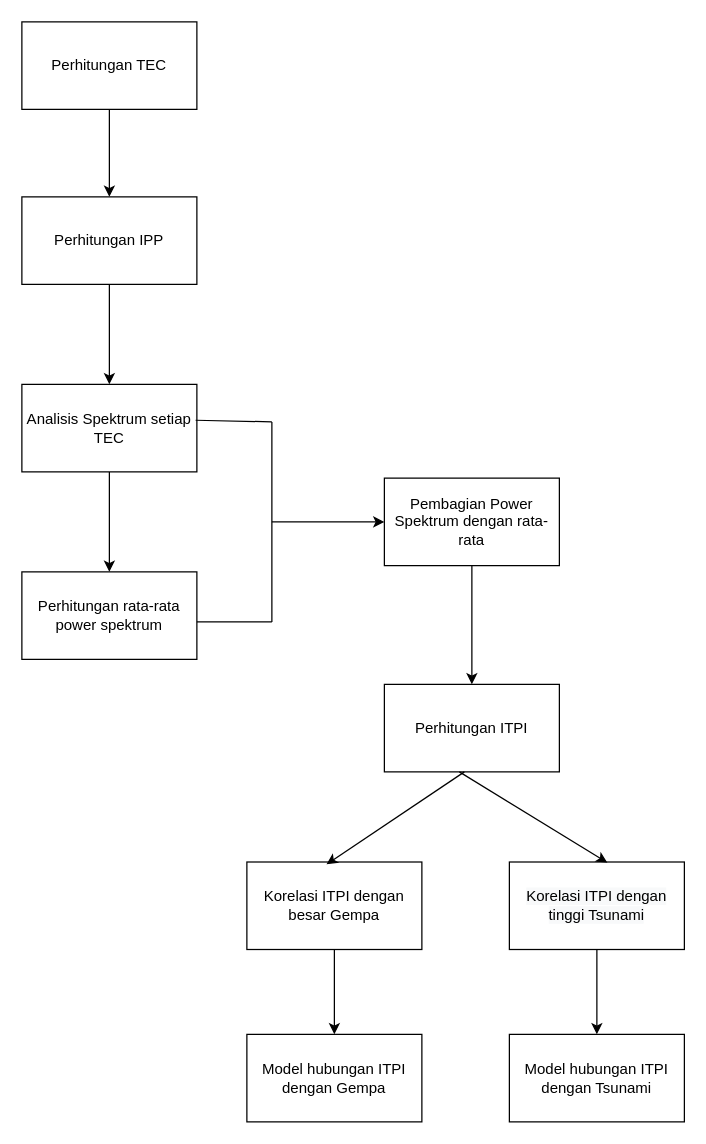
CharismaJuniK/MyFirstGit keeps this draw.io diagram as page "lapan" (2 of 2) of Untitled Diagram.drawio. Above is the earlier version. Source tidied: cells renumbered, new cells numbered last; positions are measured from the earlier drawing's top-left corner, leaving out a move shared by most shapes. Both pictures are drawn from the tidied source at 125%, with x=0, y=0 at pixel (21, 21).
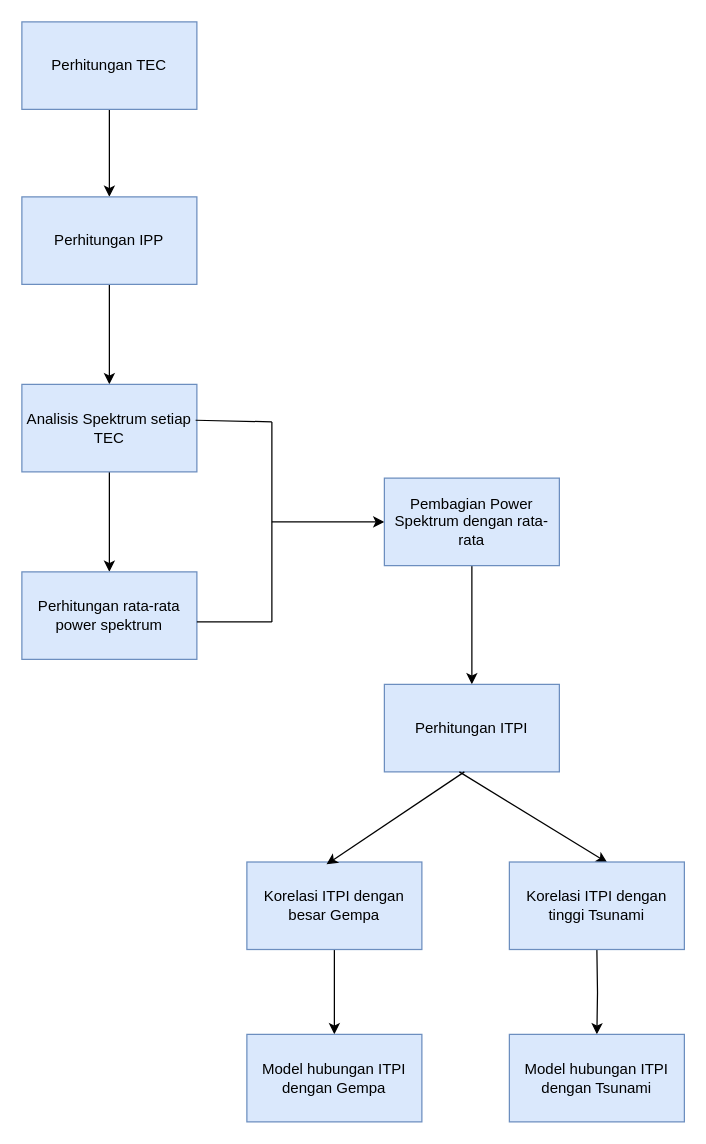
The same diagram, later.

Change to the diagram source:
```diff
@@
-    <mxCell id="3" value="Perhitungan TEC" style="rounded=0;whiteSpace=wrap;html=1;" parent="1" vertex="1">
+    <mxCell id="3" value="Perhitungan TEC" style="rounded=0;whiteSpace=wrap;html=1;fillColor=#dae8fc;strokeColor=#6c8ebf;" parent="1" vertex="1">
       <mxGeometry width="140" height="70" as="geometry" />
     </mxCell>
@@
-    <mxCell id="5" value="Perhitungan IPP" style="rounded=0;whiteSpace=wrap;html=1;" parent="1" vertex="1">
+    <mxCell id="5" value="Perhitungan IPP" style="rounded=0;whiteSpace=wrap;html=1;fillColor=#dae8fc;strokeColor=#6c8ebf;" parent="1" vertex="1">
       <mxGeometry y="140" width="140" height="70" as="geometry" />
     </mxCell>
@@
-    <mxCell id="7" value="Analisis Spektrum setiap TEC" style="rounded=0;whiteSpace=wrap;html=1;" parent="1" vertex="1">
+    <mxCell id="7" value="Analisis Spektrum setiap TEC" style="rounded=0;whiteSpace=wrap;html=1;fillColor=#dae8fc;strokeColor=#6c8ebf;" parent="1" vertex="1">
       <mxGeometry y="290" width="140" height="70" as="geometry" />
     </mxCell>
-    <mxCell id="8" value="Perhitungan rata-rata power spektrum" style="rounded=0;whiteSpace=wrap;html=1;" parent="1" vertex="1">
+    <mxCell id="8" value="Perhitungan rata-rata power spektrum" style="rounded=0;whiteSpace=wrap;html=1;fillColor=#dae8fc;strokeColor=#6c8ebf;" parent="1" vertex="1">
       <mxGeometry y="440" width="140" height="70" as="geometry" />
     </mxCell>
@@
-    <mxCell id="14" value="Pembagian Power Spektrum dengan rata-rata" style="rounded=0;whiteSpace=wrap;html=1;" parent="1" vertex="1">
+    <mxCell id="14" value="Pembagian Power Spektrum dengan rata-rata" style="rounded=0;whiteSpace=wrap;html=1;fillColor=#dae8fc;strokeColor=#6c8ebf;" parent="1" vertex="1">
       <mxGeometry x="290" y="365" width="140" height="70" as="geometry" />
     </mxCell>
-    <mxCell id="15" value="Perhitungan ITPI" style="rounded=0;whiteSpace=wrap;html=1;" parent="1" vertex="1">
+    <mxCell id="15" value="Perhitungan ITPI" style="rounded=0;whiteSpace=wrap;html=1;fillColor=#dae8fc;strokeColor=#6c8ebf;" parent="1" vertex="1">
       <mxGeometry x="290" y="530" width="140" height="70" as="geometry" />
     </mxCell>
@@
-    <mxCell id="17" value="Korelasi ITPI dengan besar Gempa" style="rounded=0;whiteSpace=wrap;html=1;" parent="1" vertex="1">
+    <mxCell id="17" value="Korelasi ITPI dengan besar Gempa" style="rounded=0;whiteSpace=wrap;html=1;fillColor=#dae8fc;strokeColor=#6c8ebf;" parent="1" vertex="1">
       <mxGeometry x="180" y="672.1" width="140" height="70" as="geometry" />
     </mxCell>
-    <mxCell id="18" style="edgeStyle=orthogonalEdgeStyle;rounded=0;jettySize=auto;html=1;entryX=0.5;entryY=0;entryDx=0;entryDy=0;" parent="1" edge="1" source="19" target="23">
-      <mxGeometry relative="1" as="geometry" />
+    <mxCell id="18" style="edgeStyle=orthogonalEdgeStyle;rounded=0;jettySize=auto;html=1;entryX=0.5;entryY=0;entryDx=0;entryDy=0;" parent="1" edge="1" target="23">
+      <mxGeometry relative="1" as="geometry">
+        <mxPoint x="460" y="742.1" as="sourcePoint" />
+      </mxGeometry>
     </mxCell>
-    <mxCell id="19" value="&#10;&#10;&lt;span style=&quot;color: rgb(0, 0, 0); font-family: helvetica; font-size: 12px; font-style: normal; font-weight: 400; letter-spacing: normal; text-align: center; text-indent: 0px; text-transform: none; word-spacing: 0px; background-color: rgb(248, 249, 250); display: inline; float: none;&quot;&gt;Korelasi ITPI dengan tinggi Tsunami&lt;/span&gt;&#10;&#10;" style="rounded=0;whiteSpace=wrap;html=1;" parent="1" vertex="1">
-      <mxGeometry x="390" y="672.1" width="140" height="70" as="geometry" />
-    </mxCell>
@@
-    <mxCell id="21" style="endArrow=classic;html=1;entryX=0.56;entryY=0.008;entryDx=0;entryDy=0;entryPerimeter=0;" parent="1" edge="1" target="19">
+    <mxCell id="21" style="endArrow=classic;html=1;entryX=0.56;entryY=0.008;entryDx=0;entryDy=0;entryPerimeter=0;" parent="1" edge="1">
       <mxGeometry relative="1" as="geometry">
         <mxPoint x="350" y="600" as="sourcePoint" />
+        <mxPoint x="468.4" y="672.7" as="targetPoint" />
       </mxGeometry>
     </mxCell>
-    <mxCell id="22" value="Model hubungan ITPI dengan Gempa" style="rounded=0;whiteSpace=wrap;html=1;" parent="1" vertex="1">
+    <mxCell id="22" value="Model hubungan ITPI dengan Gempa" style="rounded=0;whiteSpace=wrap;html=1;fillColor=#dae8fc;strokeColor=#6c8ebf;" parent="1" vertex="1">
       <mxGeometry x="180" y="810" width="140" height="70" as="geometry" />
     </mxCell>
-    <mxCell id="23" value="Model hubungan ITPI dengan Tsunami" style="rounded=0;whiteSpace=wrap;html=1;" parent="1" vertex="1">
+    <mxCell id="23" value="Model hubungan ITPI dengan Tsunami" style="rounded=0;whiteSpace=wrap;html=1;fillColor=#dae8fc;strokeColor=#6c8ebf;" parent="1" vertex="1">
       <mxGeometry x="390" y="810" width="140" height="70" as="geometry" />
     </mxCell>
+    <mxCell id="19" value="Korelasi ITPI dengan tinggi Tsunami" style="rounded=0;whiteSpace=wrap;html=1;fillColor=#dae8fc;strokeColor=#6c8ebf;" parent="1" vertex="1">
+      <mxGeometry x="390" y="672.1" width="140" height="70" as="geometry" />
+    </mxCell>
```
